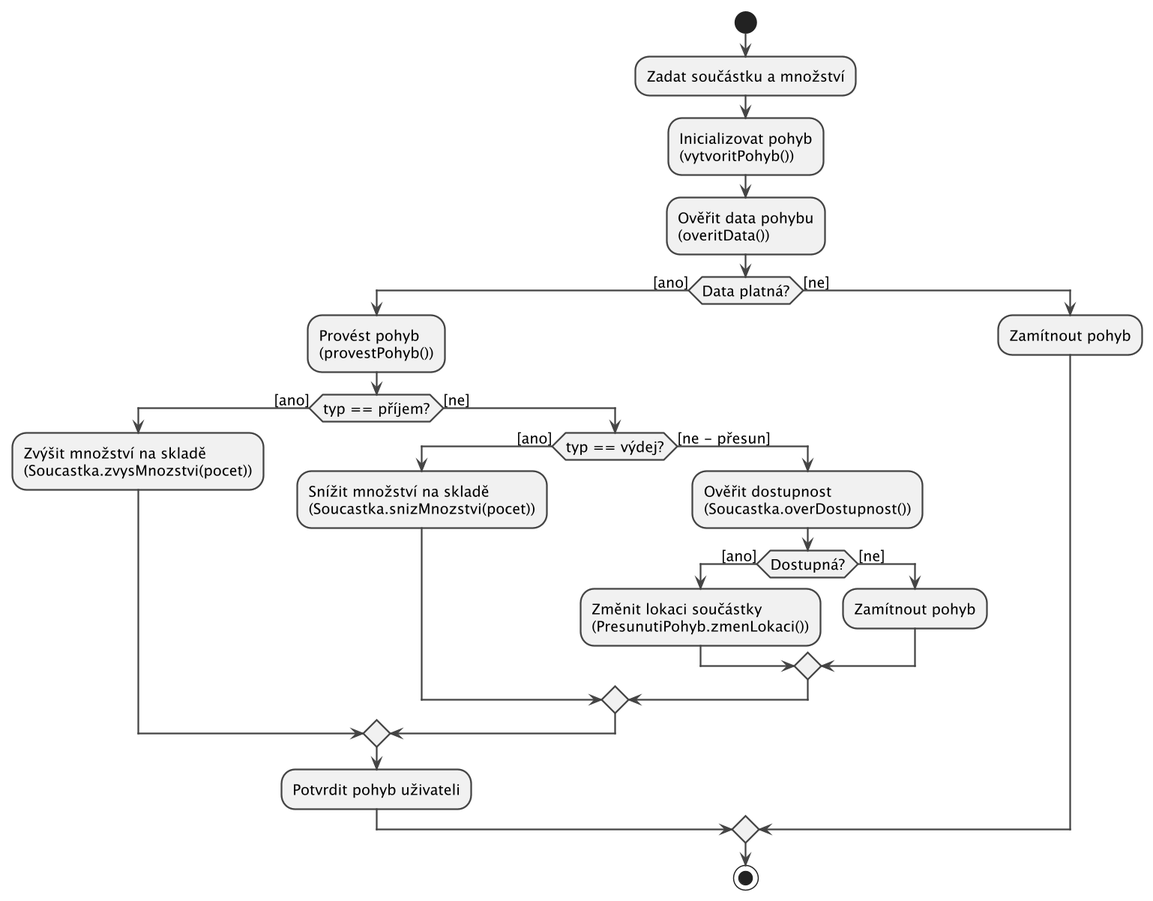
Before: docs/images/12_activity_wms.png, a diagram exported from PlantUML (lkvapil/kOdevzdaniProjektWMS). Its diagram source:
```plantuml
@startuml
scale 1.5
skinparam defaultFontSize 13
skinparam ArrowThickness 1.5
skinparam ActivityBorderThickness 1.5
skinparam ActivityDiamondBorderThickness 1.5
skinparam ActivityBorderColor #444444
skinparam ActivityDiamondBorderColor #444444
skinparam ArrowColor #444444

start

:Zadat součástku a množství;
:Inicializovat pohyb\n(vytvoritPohyb());
:Ověřit data pohybu\n(overitData());

if (Data platná?) then ([ano])
  :Provést pohyb\n(provestPohyb());

  if (typ == příjem?) then ([ano])
    :Zvýšit množství na skladě\n(Soucastka.zvysMnozstvi(pocet));
  else ([ne])
    if (typ == výdej?) then ([ano])
      :Snížit množství na skladě\n(Soucastka.snizMnozstvi(pocet));
    else ([ne - přesun])
      :Ověřit dostupnost\n(Soucastka.overDostupnost());
      if (Dostupná?) then ([ano])
        :Změnit lokaci součástky\n(PresunutiPohyb.zmenLokaci());
      else ([ne])
        :Zamítnout pohyb;
      endif
    endif
  endif

  :Potvrdit pohyb uživateli;

else ([ne])
  :Zamítnout pohyb;
endif

stop
@enduml
```
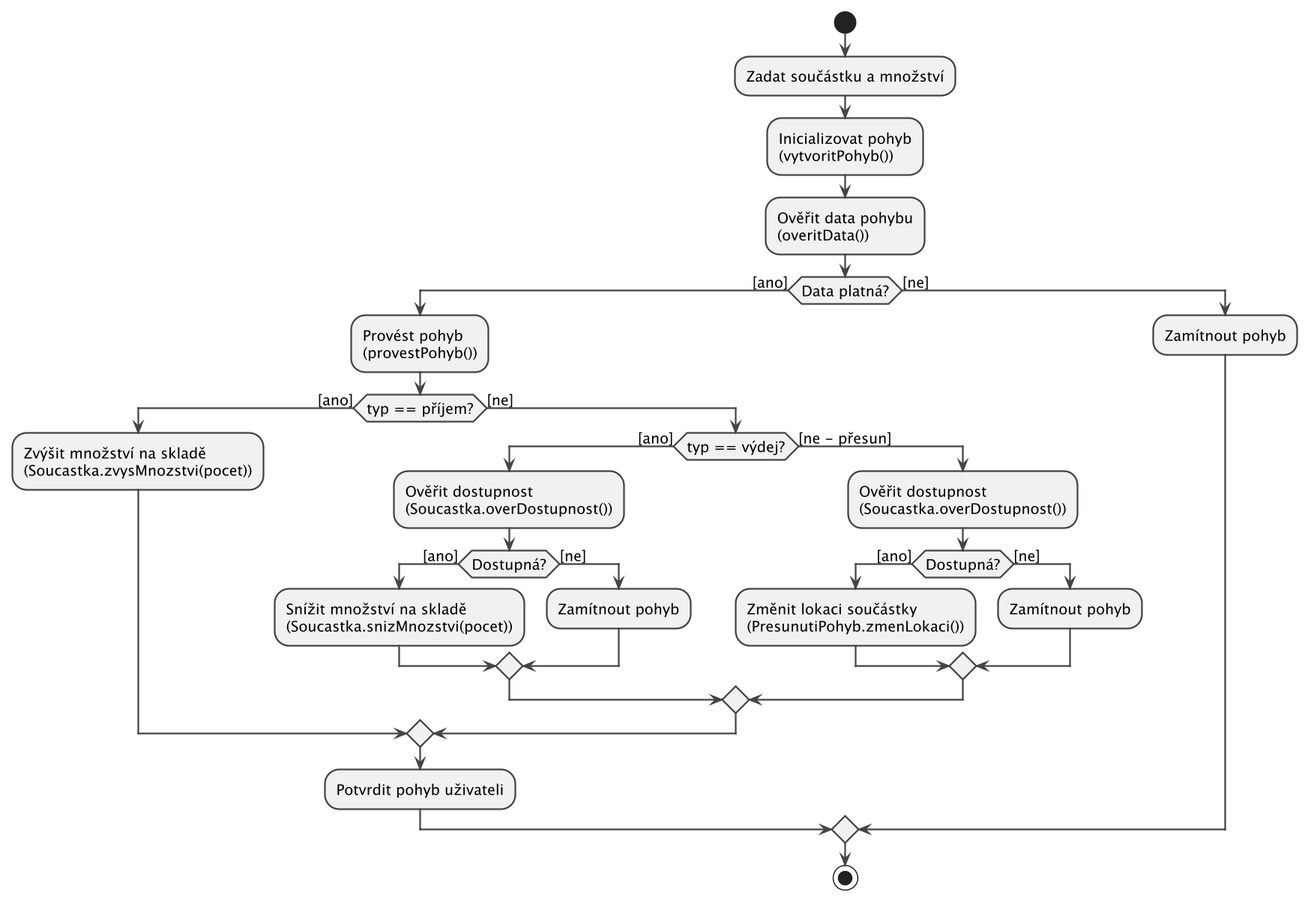
Above is the later version.

Change to the diagram source:
```diff
@@ -21,7 +21,12 @@
     :Zvýšit množství na skladě\n(Soucastka.zvysMnozstvi(pocet));
   else ([ne])
     if (typ == výdej?) then ([ano])
-      :Snížit množství na skladě\n(Soucastka.snizMnozstvi(pocet));
+      :Ověřit dostupnost\n(Soucastka.overDostupnost());
+      if (Dostupná?) then ([ano])
+        :Snížit množství na skladě\n(Soucastka.snizMnozstvi(pocet));
+      else ([ne])
+        :Zamítnout pohyb;
+      endif
     else ([ne - přesun])
       :Ověřit dostupnost\n(Soucastka.overDostupnost());
       if (Dostupná?) then ([ano])
```
